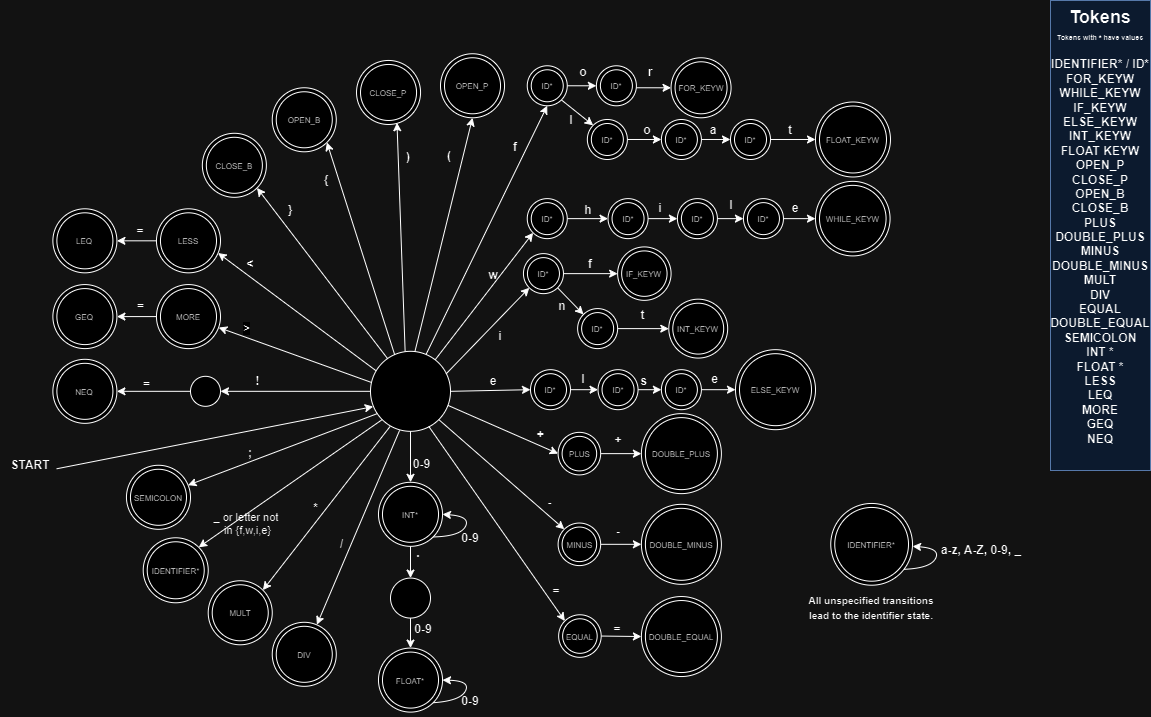
This is Scanner410.png from lukehawranick/C_Compiler, a draw.io export, as it was before one commit. Source tidied: cells renumbered, new cells last; positions are measured from the earlier drawing's top-left corner, leaving out a move shared by most shapes.
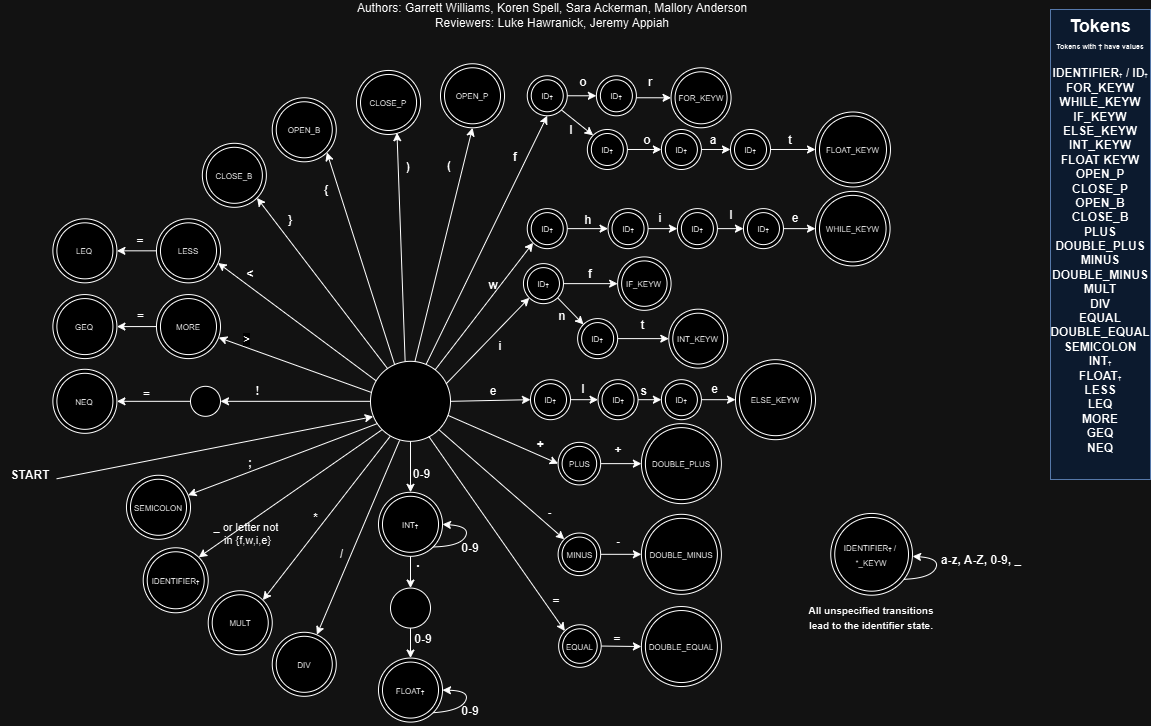
Above is the later version.

Commit message:
Contributions added to figures

Diff of the diagram source:
```diff
@@ -281,8 +281,8 @@
     <mxCell id="88" value="&lt;b&gt;=&lt;/b&gt;" style="text;html=1;align=center;verticalAlign=middle;whiteSpace=wrap;rounded=0;" parent="1" vertex="1">
       <mxGeometry x="110" y="216.4" width="60" height="30" as="geometry" />
     </mxCell>
-    <mxCell id="89" value="&lt;font style=&quot;font-size: 18px;&quot;&gt;Tokens&lt;/font&gt;&lt;div style=&quot;&quot;&gt;&lt;div&gt;&lt;font style=&quot;font-size: 7px;&quot;&gt;Tokens with * have values&lt;/font&gt;&lt;/div&gt;&lt;div&gt;&lt;br&gt;&lt;/div&gt;&lt;div&gt;IDENTIFIER* / ID*&lt;br&gt;&lt;div&gt;FOR_KEYW&lt;/div&gt;&lt;div&gt;WHILE_KEYW&lt;/div&gt;&lt;div&gt;IF_KEYW&lt;/div&gt;&lt;div&gt;ELSE_KEYW&lt;/div&gt;&lt;div&gt;INT_KEYW&lt;/div&gt;&lt;div&gt;FLOAT KEYW&lt;/div&gt;&lt;div&gt;OPEN_P&lt;/div&gt;&lt;div&gt;CLOSE_P&lt;/div&gt;&lt;div&gt;OPEN_B&lt;/div&gt;&lt;div&gt;CLOSE_B&lt;/div&gt;&lt;div&gt;PLUS&lt;/div&gt;&lt;div&gt;DOUBLE_PLUS&lt;/div&gt;&lt;div&gt;MINUS&lt;/div&gt;&lt;div&gt;DOUBLE_MINUS&lt;/div&gt;&lt;div&gt;MULT&lt;/div&gt;&lt;div&gt;DIV&lt;/div&gt;&lt;div&gt;EQUAL&lt;/div&gt;&lt;/div&gt;&lt;/div&gt;&lt;div&gt;DOUBLE_EQUAL&lt;/div&gt;&lt;div&gt;SEMICOLON&lt;/div&gt;&lt;div&gt;INT *&lt;/div&gt;&lt;div&gt;FLOAT *&lt;/div&gt;&lt;div&gt;LESS&lt;/div&gt;&lt;div&gt;LEQ&lt;/div&gt;&lt;div&gt;MORE&lt;br&gt;GEQ&lt;/div&gt;&lt;div&gt;NEQ&lt;/div&gt;&lt;div&gt;&lt;br&gt;&lt;/div&gt;" style="rounded=0;whiteSpace=wrap;html=1;fillColor=#dae8fc;strokeColor=#6c8ebf;align=center;verticalAlign=top;fontStyle=1;" parent="1" vertex="1">
-      <mxGeometry x="1050" width="100" height="470" as="geometry" />
+    <mxCell id="89" value="&lt;font style=&quot;font-size: 18px;&quot;&gt;Tokens&lt;/font&gt;&lt;div style=&quot;&quot;&gt;&lt;div&gt;&lt;font style=&quot;font-size: 7px;&quot;&gt;Tokens with † have values&lt;/font&gt;&lt;/div&gt;&lt;div&gt;&lt;br&gt;&lt;/div&gt;&lt;div&gt;IDENTIFIER&lt;span style=&quot;font-size: 5.83333px; background-color: initial;&quot;&gt;†&lt;/span&gt;&lt;span style=&quot;background-color: initial;&quot;&gt;&amp;nbsp;/ ID&lt;/span&gt;&lt;span style=&quot;font-size: 5.83333px; background-color: initial;&quot;&gt;†&lt;/span&gt;&lt;/div&gt;&lt;div&gt;&lt;div&gt;FOR_KEYW&lt;/div&gt;&lt;div&gt;WHILE_KEYW&lt;/div&gt;&lt;div&gt;IF_KEYW&lt;/div&gt;&lt;div&gt;ELSE_KEYW&lt;/div&gt;&lt;div&gt;INT_KEYW&lt;/div&gt;&lt;div&gt;FLOAT KEYW&lt;/div&gt;&lt;div&gt;OPEN_P&lt;/div&gt;&lt;div&gt;CLOSE_P&lt;/div&gt;&lt;div&gt;OPEN_B&lt;/div&gt;&lt;div&gt;CLOSE_B&lt;/div&gt;&lt;div&gt;PLUS&lt;/div&gt;&lt;div&gt;DOUBLE_PLUS&lt;/div&gt;&lt;div&gt;MINUS&lt;/div&gt;&lt;div&gt;DOUBLE_MINUS&lt;/div&gt;&lt;div&gt;MULT&lt;/div&gt;&lt;div&gt;DIV&lt;/div&gt;&lt;div&gt;EQUAL&lt;/div&gt;&lt;/div&gt;&lt;/div&gt;&lt;div&gt;DOUBLE_EQUAL&lt;/div&gt;&lt;div&gt;SEMICOLON&lt;/div&gt;&lt;div&gt;INT&lt;span style=&quot;font-size: 5.83333px; background-color: initial;&quot;&gt;†&lt;/span&gt;&lt;/div&gt;&lt;div&gt;FLOAT&lt;span style=&quot;font-size: 5.83333px; background-color: initial;&quot;&gt;†&lt;/span&gt;&lt;/div&gt;&lt;div&gt;LESS&lt;/div&gt;&lt;div&gt;LEQ&lt;/div&gt;&lt;div&gt;MORE&lt;br&gt;GEQ&lt;/div&gt;&lt;div&gt;NEQ&lt;/div&gt;&lt;div&gt;&lt;br&gt;&lt;/div&gt;" style="rounded=0;whiteSpace=wrap;html=1;fillColor=#dae8fc;strokeColor=#6c8ebf;align=center;verticalAlign=top;fontStyle=1;" parent="1" vertex="1">
+      <mxGeometry x="1050" y="-1" width="100" height="470" as="geometry" />
     </mxCell>
     <mxCell id="90" value="&lt;b&gt;f&lt;/b&gt;" style="text;html=1;align=center;verticalAlign=middle;whiteSpace=wrap;rounded=0;rotation=0;" parent="1" vertex="1">
       <mxGeometry x="485" y="131.8" width="60" height="30" as="geometry" />
@@ -350,10 +350,10 @@
     <mxCell id="111" value="&lt;font style=&quot;font-size: 8px;&quot;&gt;CLOSE_P&lt;/font&gt;" style="ellipse;shape=doubleEllipse;whiteSpace=wrap;html=1;" parent="1" vertex="1">
       <mxGeometry x="356" y="59.9" width="64" height="64" as="geometry" />
     </mxCell>
-    <mxCell id="112" value="&lt;font style=&quot;font-size: 8px;&quot;&gt;INT*&lt;/font&gt;" style="ellipse;shape=doubleEllipse;whiteSpace=wrap;html=1;" parent="1" vertex="1">
+    <mxCell id="112" value="&lt;font style=&quot;font-size: 8px;&quot;&gt;INT&lt;/font&gt;&lt;span style=&quot;font-size: 5.83333px; font-weight: 700;&quot;&gt;†&lt;/span&gt;" style="ellipse;shape=doubleEllipse;whiteSpace=wrap;html=1;" parent="1" vertex="1">
       <mxGeometry x="378" y="481.8" width="64" height="64" as="geometry" />
     </mxCell>
-    <mxCell id="113" value="&lt;font style=&quot;font-size: 8px;&quot;&gt;FLOAT*&lt;/font&gt;" style="ellipse;shape=doubleEllipse;whiteSpace=wrap;html=1;" parent="1" vertex="1">
+    <mxCell id="113" value="&lt;font style=&quot;font-size: 8px;&quot;&gt;FLOAT&lt;/font&gt;&lt;span style=&quot;font-size: 5.83333px; font-weight: 700;&quot;&gt;†&lt;/span&gt;" style="ellipse;shape=doubleEllipse;whiteSpace=wrap;html=1;" parent="1" vertex="1">
       <mxGeometry x="378" y="647.6" width="64" height="64" as="geometry" />
     </mxCell>
     <mxCell id="114" style="curved=1;endArrow=classic;html=1;rounded=0;entryX=1;entryY=0.5;entryDx=0;entryDy=0;exitX=1;exitY=1;exitDx=0;exitDy=0;" parent="1" edge="1" source="113" target="113">
@@ -408,7 +408,7 @@
     <mxCell id="128" value="&lt;span style=&quot;font-size: 8px;&quot;&gt;CLOSE_B&lt;/span&gt;" style="ellipse;shape=doubleEllipse;whiteSpace=wrap;html=1;" parent="1" vertex="1">
       <mxGeometry x="201.8" y="132.8" width="64" height="64" as="geometry" />
     </mxCell>
-    <mxCell id="129" value="&lt;font style=&quot;font-size: 8px;&quot;&gt;IDENTIFIER*&lt;/font&gt;" style="ellipse;shape=doubleEllipse;whiteSpace=wrap;html=1;" parent="1" vertex="1">
+    <mxCell id="129" value="&lt;font style=&quot;font-size: 8px;&quot;&gt;IDENTIFIER&lt;span style=&quot;font-size: 5.83333px; font-weight: 700;&quot;&gt;†&lt;/span&gt;&amp;nbsp;/&amp;nbsp; *_KEYW&lt;/font&gt;" style="ellipse;shape=doubleEllipse;whiteSpace=wrap;html=1;" parent="1" vertex="1">
       <mxGeometry x="830.2" y="502.9" width="81.8" height="81.8" as="geometry" />
     </mxCell>
     <mxCell id="130" style="curved=1;endArrow=classic;html=1;rounded=0;entryX=1;entryY=0.5;entryDx=0;entryDy=0;exitX=1;exitY=1;exitDx=0;exitDy=0;" parent="1" edge="1">
@@ -421,49 +421,49 @@
         </Array>
       </mxGeometry>
     </mxCell>
-    <mxCell id="131" value="&lt;font style=&quot;font-size: 8px;&quot;&gt;ID*&lt;/font&gt;" style="ellipse;shape=doubleEllipse;whiteSpace=wrap;html=1;" parent="1" vertex="1">
+    <mxCell id="131" value="&lt;font style=&quot;font-size: 8px;&quot;&gt;ID&lt;/font&gt;&lt;span style=&quot;font-size: 5.83333px; font-weight: 700;&quot;&gt;†&lt;/span&gt;" style="ellipse;shape=doubleEllipse;whiteSpace=wrap;html=1;" parent="1" vertex="1">
       <mxGeometry x="526.8" y="65.3" width="40" height="40" as="geometry" />
     </mxCell>
-    <mxCell id="132" value="&lt;font style=&quot;font-size: 8px;&quot;&gt;ID*&lt;/font&gt;" style="ellipse;shape=doubleEllipse;whiteSpace=wrap;html=1;" parent="1" vertex="1">
+    <mxCell id="132" value="&lt;font style=&quot;font-size: 8px;&quot;&gt;ID&lt;/font&gt;&lt;span style=&quot;font-size: 5.83333px; font-weight: 700;&quot;&gt;†&lt;/span&gt;" style="ellipse;shape=doubleEllipse;whiteSpace=wrap;html=1;" parent="1" vertex="1">
       <mxGeometry x="595.9" y="65.3" width="40" height="40" as="geometry" />
     </mxCell>
-    <mxCell id="133" value="&lt;font style=&quot;font-size: 8px;&quot;&gt;ID*&lt;/font&gt;" style="ellipse;shape=doubleEllipse;whiteSpace=wrap;html=1;" parent="1" vertex="1">
+    <mxCell id="133" value="&lt;font style=&quot;font-size: 8px;&quot;&gt;ID&lt;/font&gt;&lt;span style=&quot;font-size: 5.83333px; font-weight: 700;&quot;&gt;†&lt;/span&gt;" style="ellipse;shape=doubleEllipse;whiteSpace=wrap;html=1;" parent="1" vertex="1">
       <mxGeometry x="586.9" y="119" width="40" height="40" as="geometry" />
     </mxCell>
-    <mxCell id="134" value="&lt;font style=&quot;font-size: 8px;&quot;&gt;ID*&lt;/font&gt;" style="ellipse;shape=doubleEllipse;whiteSpace=wrap;html=1;" parent="1" vertex="1">
+    <mxCell id="134" value="&lt;font style=&quot;font-size: 8px;&quot;&gt;ID&lt;/font&gt;&lt;span style=&quot;font-size: 5.83333px; font-weight: 700;&quot;&gt;†&lt;/span&gt;" style="ellipse;shape=doubleEllipse;whiteSpace=wrap;html=1;" parent="1" vertex="1">
       <mxGeometry x="660.9" y="119" width="40" height="40" as="geometry" />
     </mxCell>
-    <mxCell id="135" value="&lt;font style=&quot;font-size: 8px;&quot;&gt;ID*&lt;/font&gt;" style="ellipse;shape=doubleEllipse;whiteSpace=wrap;html=1;" parent="1" vertex="1">
+    <mxCell id="135" value="&lt;font style=&quot;font-size: 8px;&quot;&gt;ID&lt;/font&gt;&lt;span style=&quot;font-size: 5.83333px; font-weight: 700;&quot;&gt;†&lt;/span&gt;" style="ellipse;shape=doubleEllipse;whiteSpace=wrap;html=1;" parent="1" vertex="1">
       <mxGeometry x="730" y="119" width="40" height="40" as="geometry" />
     </mxCell>
-    <mxCell id="136" value="&lt;font style=&quot;font-size: 8px;&quot;&gt;ID*&lt;/font&gt;" style="ellipse;shape=doubleEllipse;whiteSpace=wrap;html=1;" parent="1" vertex="1">
+    <mxCell id="136" value="&lt;font style=&quot;font-size: 8px;&quot;&gt;ID&lt;/font&gt;&lt;span style=&quot;font-size: 5.83333px; font-weight: 700;&quot;&gt;†&lt;/span&gt;" style="ellipse;shape=doubleEllipse;whiteSpace=wrap;html=1;" parent="1" vertex="1">
       <mxGeometry x="526.8" y="198.1" width="40" height="40" as="geometry" />
     </mxCell>
-    <mxCell id="137" value="&lt;font style=&quot;font-size: 8px;&quot;&gt;ID*&lt;/font&gt;" style="ellipse;shape=doubleEllipse;whiteSpace=wrap;html=1;" parent="1" vertex="1">
+    <mxCell id="137" value="&lt;font style=&quot;font-size: 8px;&quot;&gt;ID&lt;/font&gt;&lt;span style=&quot;font-size: 5.83333px; font-weight: 700;&quot;&gt;†&lt;/span&gt;" style="ellipse;shape=doubleEllipse;whiteSpace=wrap;html=1;" parent="1" vertex="1">
       <mxGeometry x="607.5" y="198.1" width="40" height="40" as="geometry" />
     </mxCell>
-    <mxCell id="138" value="&lt;font style=&quot;font-size: 8px;&quot;&gt;ID*&lt;/font&gt;" style="ellipse;shape=doubleEllipse;whiteSpace=wrap;html=1;" parent="1" vertex="1">
+    <mxCell id="138" value="&lt;font style=&quot;font-size: 8px;&quot;&gt;ID&lt;/font&gt;&lt;span style=&quot;font-size: 5.83333px; font-weight: 700;&quot;&gt;†&lt;/span&gt;" style="ellipse;shape=doubleEllipse;whiteSpace=wrap;html=1;" parent="1" vertex="1">
       <mxGeometry x="676.9" y="198.1" width="40" height="40" as="geometry" />
     </mxCell>
-    <mxCell id="139" value="&lt;font style=&quot;font-size: 8px;&quot;&gt;ID*&lt;/font&gt;" style="ellipse;shape=doubleEllipse;whiteSpace=wrap;html=1;" parent="1" vertex="1">
+    <mxCell id="139" value="&lt;font style=&quot;font-size: 8px;&quot;&gt;ID&lt;/font&gt;&lt;span style=&quot;font-size: 5.83333px; font-weight: 700;&quot;&gt;†&lt;/span&gt;" style="ellipse;shape=doubleEllipse;whiteSpace=wrap;html=1;" parent="1" vertex="1">
       <mxGeometry x="743" y="198.1" width="40" height="40" as="geometry" />
     </mxCell>
-    <mxCell id="140" value="&lt;font style=&quot;font-size: 8px;&quot;&gt;ID*&lt;/font&gt;" style="ellipse;shape=doubleEllipse;whiteSpace=wrap;html=1;" parent="1" vertex="1">
+    <mxCell id="140" value="&lt;font style=&quot;font-size: 8px;&quot;&gt;ID&lt;/font&gt;&lt;span style=&quot;font-size: 5.83333px; font-weight: 700;&quot;&gt;†&lt;/span&gt;" style="ellipse;shape=doubleEllipse;whiteSpace=wrap;html=1;" parent="1" vertex="1">
       <mxGeometry x="523" y="253.1" width="40" height="40" as="geometry" />
     </mxCell>
-    <mxCell id="141" value="&lt;font style=&quot;font-size: 8px;&quot;&gt;ID*&lt;/font&gt;" style="ellipse;shape=doubleEllipse;whiteSpace=wrap;html=1;" parent="1" vertex="1">
+    <mxCell id="141" value="&lt;font style=&quot;font-size: 8px;&quot;&gt;ID&lt;/font&gt;&lt;span style=&quot;font-size: 5.83333px; font-weight: 700;&quot;&gt;†&lt;/span&gt;" style="ellipse;shape=doubleEllipse;whiteSpace=wrap;html=1;" parent="1" vertex="1">
       <mxGeometry x="577.1" y="308.1" width="40" height="40" as="geometry" />
     </mxCell>
-    <mxCell id="142" value="&lt;font style=&quot;font-size: 8px;&quot;&gt;ID*&lt;/font&gt;" style="ellipse;shape=doubleEllipse;whiteSpace=wrap;html=1;" parent="1" vertex="1">
+    <mxCell id="142" value="&lt;font style=&quot;font-size: 8px;&quot;&gt;ID&lt;/font&gt;&lt;span style=&quot;font-size: 5.83333px; font-weight: 700;&quot;&gt;†&lt;/span&gt;" style="ellipse;shape=doubleEllipse;whiteSpace=wrap;html=1;" parent="1" vertex="1">
       <mxGeometry x="530" y="369.2" width="40" height="40" as="geometry" />
     </mxCell>
-    <mxCell id="143" value="&lt;font style=&quot;font-size: 8px;&quot;&gt;ID*&lt;/font&gt;" style="ellipse;shape=doubleEllipse;whiteSpace=wrap;html=1;" parent="1" vertex="1">
+    <mxCell id="143" value="&lt;font style=&quot;font-size: 8px;&quot;&gt;ID&lt;/font&gt;&lt;span style=&quot;font-size: 5.83333px; font-weight: 700;&quot;&gt;†&lt;/span&gt;" style="ellipse;shape=doubleEllipse;whiteSpace=wrap;html=1;" parent="1" vertex="1">
       <mxGeometry x="597.5" y="369.2" width="40" height="40" as="geometry" />
     </mxCell>
-    <mxCell id="144" value="&lt;font style=&quot;font-size: 8px;&quot;&gt;ID*&lt;/font&gt;" style="ellipse;shape=doubleEllipse;whiteSpace=wrap;html=1;" parent="1" vertex="1">
+    <mxCell id="144" value="&lt;font style=&quot;font-size: 8px;&quot;&gt;ID&lt;/font&gt;&lt;span style=&quot;font-size: 5.83333px; font-weight: 700;&quot;&gt;†&lt;/span&gt;" style="ellipse;shape=doubleEllipse;whiteSpace=wrap;html=1;" parent="1" vertex="1">
       <mxGeometry x="660.9" y="369.2" width="40" height="40" as="geometry" />
     </mxCell>
-    <mxCell id="145" value="&lt;font style=&quot;font-size: 8px;&quot;&gt;IDENTIFIER*&lt;/font&gt;" style="ellipse;shape=doubleEllipse;whiteSpace=wrap;html=1;" parent="1" vertex="1">
+    <mxCell id="145" value="&lt;font style=&quot;font-size: 8px;&quot;&gt;IDENTIFIER&lt;/font&gt;&lt;span style=&quot;font-size: 5.83333px; font-weight: 700;&quot;&gt;†&lt;/span&gt;" style="ellipse;shape=doubleEllipse;whiteSpace=wrap;html=1;" parent="1" vertex="1">
       <mxGeometry x="142.7" y="537.3" width="65" height="65" as="geometry" />
     </mxCell>
     <mxCell id="146" style="endArrow=classic;html=1;rounded=0;exitX=0;exitY=1;exitDx=0;exitDy=0;entryX=1;entryY=0;entryDx=0;entryDy=0;" parent="1" edge="1" source="27" target="145">
@@ -472,5 +472,8 @@
     <mxCell id="147" value="&lt;font style=&quot;font-size: 11px;&quot;&gt;_ or letter not&amp;nbsp;&lt;/font&gt;&lt;div style=&quot;font-size: 11px;&quot;&gt;&lt;font style=&quot;font-size: 11px;&quot;&gt;in {f,w,i,e}&lt;/font&gt;&lt;/div&gt;" style="text;html=1;align=center;verticalAlign=middle;strokeColor=none;fillColor=none;" parent="1" vertex="1">
       <mxGeometry x="201.9" y="502.9" width="90" height="40" as="geometry" />
     </mxCell>
+    <mxCell id="148" value="Authors: Garrett Williams, Koren Spell, Sara Ackerman, Mallory Anderson&lt;div&gt;Reviewers: Luke Hawranick, Jeremy Appiah&lt;/div&gt;" style="text;html=1;align=center;verticalAlign=middle;whiteSpace=wrap;rounded=0;" parent="1" vertex="1">
+      <mxGeometry x="273.8" y="-10" width="556.2" height="30" as="geometry" />
+    </mxCell>
   </root>
 </mxGraphModel>
```
